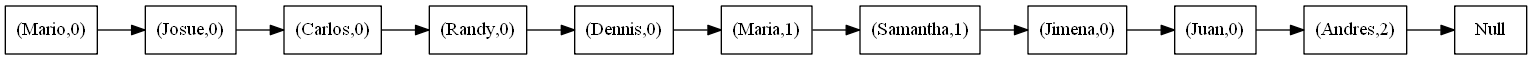
Above: Queue.png in deathstroke021/EDD_1S2019_P1_201503961 (Graphviz), before the change. Its source is kept beside it as Queue.dot.
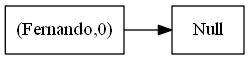
The same file after the commit.

The edit, as a diff of the source:
```diff
@@ -1,25 +1,7 @@
 digraph firsGraph{
 node [shape=record];
 rankdir=LR;
-node0 [label=" (Mario,0) "];
+node0 [label=" (Fernando,0) "];
 node0 -> node1;
-node1 [label=" (Josue,0) "];
-node1 -> node2;
-node2 [label=" (Carlos,0) "];
-node2 -> node3;
-node3 [label=" (Randy,0) "];
-node3 -> node4;
-node4 [label=" (Dennis,0) "];
-node4 -> node5;
-node5 [label=" (Maria,1) "];
-node5 -> node6;
-node6 [label=" (Samantha,1) "];
-node6 -> node7;
-node7 [label=" (Jimena,0) "];
-node7 -> node8;
-node8 [label=" (Juan,0) "];
-node8 -> node9;
-node9 [label=" (Andres,2) "];
-node9 -> node10;
-node10 [label=" Null "];
+node1 [label=" Null "];
 }
```
